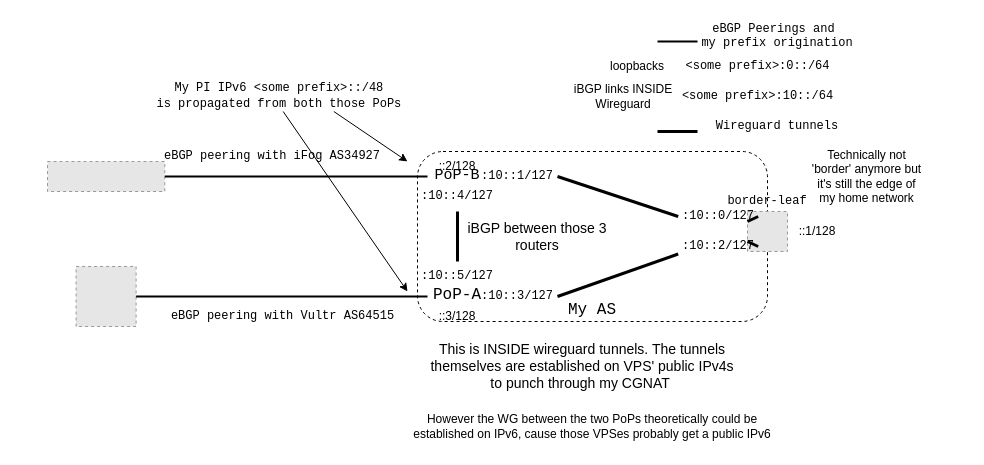
Andreansx/Networking-lab keeps this draw.io diagram as media/ownassimplified.drawio. Above is the earlier version. Source tidied: cells renumbered, new cells numbered last; positions are measured from the earlier drawing's top-left corner, leaving out a move shared by most shapes. Both pictures are drawn from the tidied source at 100%, with x=0, y=0 at pixel (47, 21). Pictures stored in the file or linked from it are replaced by grey dashed boxes.
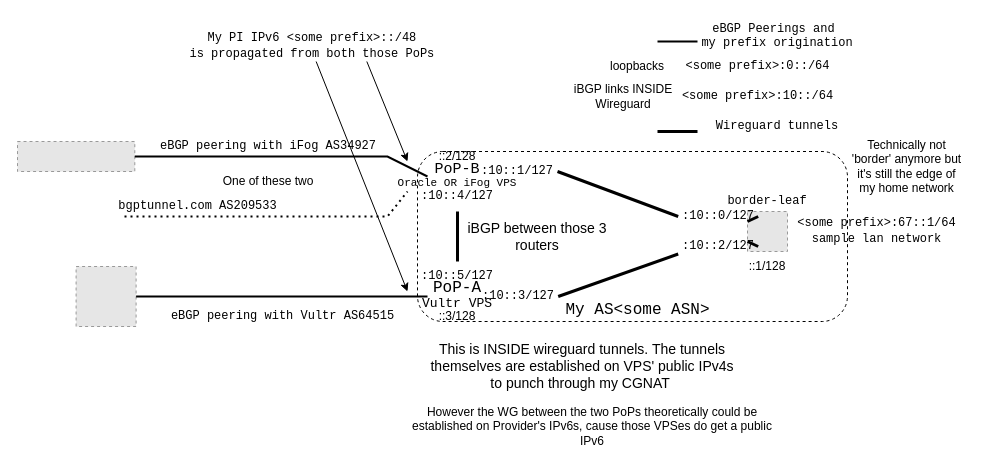
The same page after the edit.

Diff of the diagram source:
```diff
@@
     <mxCell id="2" style="rounded=1;whiteSpace=wrap;html=1;fillColor=none;dashed=1;" parent="1" vertex="1">
-      <mxGeometry x="370" y="130" width="350" height="170" as="geometry" />
+      <mxGeometry x="370" y="130" width="430" height="170" as="geometry" />
     </mxCell>
@@
     <mxCell id="6" style="fillColor=#E6E6E6;strokeColor=#999999;dashed=1;verticalLabelPosition=bottom;verticalAlign=top;" parent="1" vertex="1">
-      <mxGeometry y="140" width="117.3" height="30" as="geometry" />
+      <mxGeometry x="-30" y="120" width="117.3" height="30" as="geometry" />
     </mxCell>
-    <mxCell id="7" value="&lt;div style=&quot;line-height: 10%;&quot;&gt;&lt;pre&gt;&lt;font style=&quot;font-size: 16px;&quot;&gt;PoP-A&lt;/font&gt;&lt;/pre&gt;&lt;/div&gt;" style="text;html=1;whiteSpace=wrap;strokeColor=none;fillColor=none;align=center;verticalAlign=middle;rounded=0;" parent="1" vertex="1">
+    <mxCell id="7" value="&lt;div style=&quot;line-height: 10%;&quot;&gt;&lt;pre&gt;&lt;font style=&quot;font-size: 16px;&quot;&gt;PoP-A&lt;/font&gt;&lt;/pre&gt;&lt;pre&gt;&lt;font style=&quot;font-size: 13px;&quot;&gt;Vultr VPS&lt;/font&gt;&lt;/pre&gt;&lt;/div&gt;" style="text;html=1;whiteSpace=wrap;strokeColor=none;fillColor=none;align=center;verticalAlign=middle;rounded=0;" parent="1" vertex="1">
       <mxGeometry x="390" y="260" width="40" height="30" as="geometry" />
     </mxCell>
-    <mxCell id="8" value="&lt;div style=&quot;line-height: 10%;&quot;&gt;&lt;pre&gt;&lt;font style=&quot;font-size: 15px;&quot;&gt;PoP-B&lt;/font&gt;&lt;/pre&gt;&lt;/div&gt;" style="text;html=1;whiteSpace=wrap;strokeColor=none;fillColor=none;align=center;verticalAlign=middle;rounded=0;" parent="1" vertex="1">
+    <mxCell id="8" value="&lt;div style=&quot;line-height: 10%;&quot;&gt;&lt;pre&gt;&lt;font style=&quot;font-size: 15px;&quot;&gt;PoP-B&lt;/font&gt;&lt;/pre&gt;&lt;pre&gt;&lt;font style=&quot;font-size: 11px;&quot;&gt;Oracle OR iFog VPS&lt;/font&gt;&lt;/pre&gt;&lt;/div&gt;" style="text;html=1;whiteSpace=wrap;strokeColor=none;fillColor=none;align=center;verticalAlign=middle;rounded=0;" parent="1" vertex="1">
       <mxGeometry x="390" y="140" width="40" height="30" as="geometry" />
     </mxCell>
     <mxCell id="9" value="&lt;div style=&quot;line-height: 10%;&quot;&gt;&lt;pre&gt;eBGP peering with iFog AS34927&lt;/pre&gt;&lt;/div&gt;" style="text;html=1;whiteSpace=wrap;strokeColor=none;fillColor=none;align=center;verticalAlign=middle;rounded=0;" parent="1" vertex="1">
-      <mxGeometry x="130" y="120" width="190" height="30" as="geometry" />
+      <mxGeometry x="126.4" y="110" width="190" height="30" as="geometry" />
     </mxCell>
@@
     <mxCell id="16" value="::2/128" style="text;html=1;whiteSpace=wrap;strokeColor=none;fillColor=none;align=center;verticalAlign=middle;rounded=0;fontColor=light-dark(#000000,#3399FF);" parent="1" vertex="1">
-      <mxGeometry x="380" y="130" width="60" height="30" as="geometry" />
+      <mxGeometry x="380" y="120" width="60" height="30" as="geometry" />
     </mxCell>
@@
     <mxCell id="18" value="::1/128" style="text;html=1;whiteSpace=wrap;strokeColor=none;fillColor=none;align=center;verticalAlign=middle;rounded=0;fontColor=light-dark(#000000,#3399FF);" parent="1" vertex="1">
-      <mxGeometry x="740" y="195" width="60" height="30" as="geometry" />
+      <mxGeometry x="690" y="230" width="60" height="30" as="geometry" />
     </mxCell>
@@
     <mxCell id="27" value="&lt;pre&gt;:10::1/127&lt;/pre&gt;" style="text;html=1;whiteSpace=wrap;strokeColor=none;fillColor=none;align=center;verticalAlign=middle;rounded=0;fontColor=light-dark(#000000,#FF3399);" parent="1" vertex="1">
-      <mxGeometry x="430" y="140" width="80" height="30" as="geometry" />
+      <mxGeometry x="430" y="135" width="80" height="30" as="geometry" />
     </mxCell>
     <mxCell id="28" value="&lt;pre&gt;:10::3/127&lt;/pre&gt;" style="text;html=1;whiteSpace=wrap;strokeColor=none;fillColor=none;align=center;verticalAlign=middle;rounded=0;fontColor=light-dark(#000000,#FF3399);" parent="1" vertex="1">
-      <mxGeometry x="430" y="260" width="80" height="30" as="geometry" />
+      <mxGeometry x="430.7" y="260" width="80" height="30" as="geometry" />
     </mxCell>
@@
     <mxCell id="32" value="&lt;div style=&quot;line-height: 30%;&quot;&gt;&lt;pre&gt;My PI IPv6 &amp;lt;some prefix&amp;gt;::/48&amp;nbsp;&lt;/pre&gt;&lt;pre&gt;is propagated from both those PoPs&amp;nbsp;&lt;/pre&gt;&lt;/div&gt;" style="text;html=1;whiteSpace=wrap;strokeColor=none;fillColor=none;align=center;verticalAlign=middle;rounded=0;" parent="1" vertex="1">
-      <mxGeometry x="134.3" y="60" width="202.7" height="30" as="geometry" />
+      <mxGeometry x="167.3" y="10" width="202.7" height="30" as="geometry" />
     </mxCell>
@@
-    <mxCell id="36" value="&lt;div style=&quot;line-height: 10%;&quot;&gt;&lt;pre&gt;&lt;font size=&quot;4&quot;&gt;My AS&lt;/font&gt;&lt;/pre&gt;&lt;/div&gt;" style="text;html=1;whiteSpace=wrap;strokeColor=none;fillColor=none;align=center;verticalAlign=middle;rounded=0;" parent="1" vertex="1">
-      <mxGeometry x="525" y="275" width="40" height="30" as="geometry" />
+    <mxCell id="36" value="&lt;div style=&quot;line-height: 10%;&quot;&gt;&lt;pre&gt;&lt;font size=&quot;4&quot;&gt;My AS&amp;lt;some ASN&amp;gt;&lt;/font&gt;&lt;/pre&gt;&lt;/div&gt;" style="text;html=1;whiteSpace=wrap;strokeColor=none;fillColor=none;align=center;verticalAlign=middle;rounded=0;" parent="1" vertex="1">
+      <mxGeometry x="510.7" y="280" width="159.3" height="20" as="geometry" />
     </mxCell>
     <mxCell id="37" value="Technically not 'border' anymore but it's still the edge of my home network" style="text;html=1;whiteSpace=wrap;strokeColor=none;fillColor=none;align=center;verticalAlign=middle;rounded=0;" parent="1" vertex="1">
-      <mxGeometry x="760" y="140" width="119.3" height="30" as="geometry" />
+      <mxGeometry x="800" y="130" width="119.3" height="30" as="geometry" />
     </mxCell>
     <mxCell id="38" style="endArrow=none;html=1;rounded=0;exitX=1;exitY=0.5;exitDx=0;exitDy=0;strokeWidth=2;strokeColor=light-dark(#000000,#99FF33);" parent="1" edge="1" source="6">
       <mxGeometry relative="1" as="geometry">
         <mxPoint x="380" y="155" as="targetPoint" />
+        <Array as="points">
+          <mxPoint x="340" y="135" />
+        </Array>
       </mxGeometry>
     </mxCell>
@@
-    <mxCell id="42" value="However the WG between the two PoPs theoretically could be established on IPv6, cause those VPSes probably get a public IPv6" style="text;html=1;whiteSpace=wrap;strokeColor=none;fillColor=none;align=center;verticalAlign=middle;rounded=0;" parent="1" vertex="1">
+    <mxCell id="42" value="However the WG between the two PoPs theoretically could be established on Provider's IPv6s, cause those VPSes do get a public IPv6" style="text;html=1;whiteSpace=wrap;strokeColor=none;fillColor=none;align=center;verticalAlign=middle;rounded=0;" parent="1" vertex="1">
       <mxGeometry x="360" y="390" width="370" height="30" as="geometry" />
     </mxCell>
+    <mxCell id="43" style="endArrow=none;html=1;rounded=0;exitX=1;exitY=0.5;exitDx=0;exitDy=0;strokeWidth=2;strokeColor=light-dark(#000000,#99FF33);curved=0;dashed=1;dashPattern=1 2;" parent="1" edge="1">
+      <mxGeometry relative="1" as="geometry">
+        <mxPoint x="77" y="195" as="sourcePoint" />
+        <mxPoint x="360" y="170" as="targetPoint" />
+        <Array as="points">
+          <mxPoint x="340" y="195" />
+        </Array>
+      </mxGeometry>
+    </mxCell>
+    <mxCell id="44" value="&lt;pre&gt;&lt;code class=&quot;bg-text-200/5 border border-0.5 border-border-300 text-danger-000 whitespace-pre-wrap rounded-[0.4rem] px-1 py-px text-[0.9rem]&quot; style=&quot;text-align: start;&quot;&gt;bgptunnel.com AS209533&lt;/code&gt;&lt;/pre&gt;" style="text;html=1;whiteSpace=wrap;strokeColor=none;fillColor=none;align=center;verticalAlign=middle;rounded=0;" parent="1" vertex="1">
+      <mxGeometry x="60" y="170" width="181.3" height="30" as="geometry" />
+    </mxCell>
+    <mxCell id="45" value="One of these two" style="text;html=1;whiteSpace=wrap;strokeColor=none;fillColor=none;align=center;verticalAlign=middle;rounded=0;" parent="1" vertex="1">
+      <mxGeometry x="141.3" y="145" width="160" height="30" as="geometry" />
+    </mxCell>
+    <mxCell id="46" value="&lt;div style=&quot;line-height: 30%;&quot;&gt;&lt;pre&gt;&lt;span style=&quot;color: light-dark(rgb(0, 0, 0), rgb(153, 255, 255));&quot;&gt;&amp;lt;some prefix&amp;gt;:67::1/64&lt;/span&gt;&lt;/pre&gt;&lt;pre&gt;&lt;span style=&quot;color: light-dark(rgb(0, 0, 0), rgb(153, 255, 255));&quot;&gt;sample lan network&lt;/span&gt;&lt;/pre&gt;&lt;/div&gt;" style="text;html=1;whiteSpace=wrap;strokeColor=none;fillColor=none;align=center;verticalAlign=middle;rounded=0;fontColor=light-dark(#000000,#3399FF);" parent="1" vertex="1">
+      <mxGeometry x="750" y="195" width="159.3" height="30" as="geometry" />
+    </mxCell>
```
